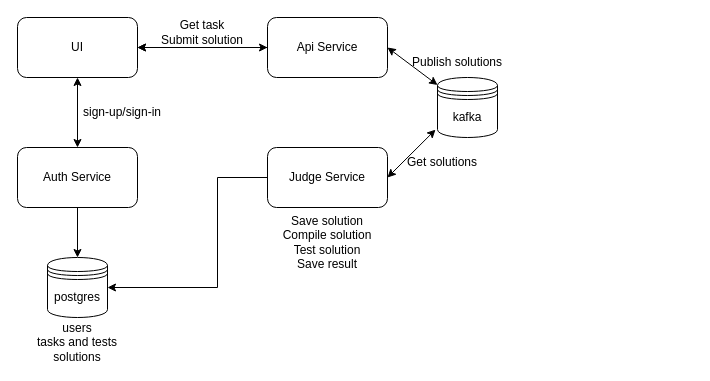
Earlier version of the draw.io diagram docs/hld.drawio (se-brown-2023/automated-testing-applicants-service). Source tidied: cells renumbered, new cells numbered last; positions are measured from the earlier drawing's top-left corner, leaving out a move shared by most shapes. Both pictures are drawn from the tidied source at 100%, with x=0, y=0 at pixel (17, 17).
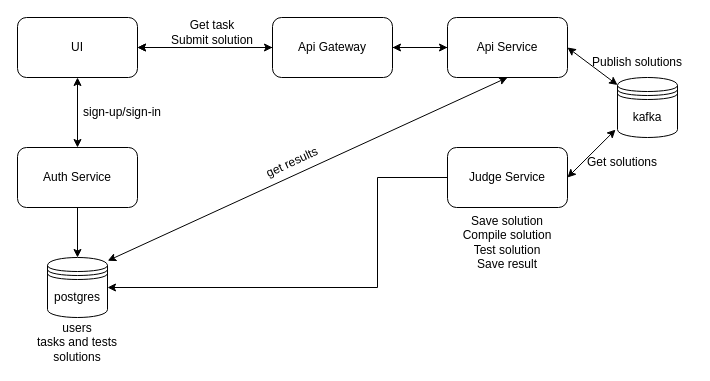
After the change.

Commit message (it also covers changes not shown here):
Update hld schema

The change refers to these unchanged cells:
```xml
<mxCell id="2" value="UI" style="rounded=1;whiteSpace=wrap;html=1;" parent="1" vertex="1">
  <mxGeometry width="120" height="60" as="geometry" />
</mxCell>
<mxCell id="12" value="postgres" style="shape=datastore;whiteSpace=wrap;html=1;" parent="1" vertex="1">
  <mxGeometry x="30" y="240" width="60" height="60" as="geometry" />
</mxCell>
```

Change to the diagram source:
```diff
@@
-    <mxCell id="5" style="edgeStyle=orthogonalEdgeStyle;rounded=0;jettySize=auto;html=1;" parent="1" edge="1" source="6" target="2">
+    <mxCell id="5" style="edgeStyle=orthogonalEdgeStyle;rounded=0;jettySize=auto;html=1;exitX=0;exitY=0.5;exitDx=0;exitDy=0;" parent="1" edge="1" source="25" target="2">
       <mxGeometry relative="1" as="geometry" />
     </mxCell>
+    <mxCell id="21" style="edgeStyle=orthogonalEdgeStyle;rounded=0;jettySize=auto;html=1;entryX=1;entryY=0.5;entryDx=0;entryDy=0;" parent="1" edge="1" source="6" target="25">
+      <mxGeometry relative="1" as="geometry" />
+    </mxCell>
     <mxCell id="6" value="Api Service" style="rounded=1;whiteSpace=wrap;html=1;" parent="1" vertex="1">
-      <mxGeometry x="250" width="120" height="60" as="geometry" />
+      <mxGeometry x="430" width="120" height="60" as="geometry" />
     </mxCell>
     <mxCell id="7" value="kafka" style="shape=datastore;whiteSpace=wrap;html=1;" parent="1" vertex="1">
-      <mxGeometry x="420" y="60" width="60" height="60" as="geometry" />
+      <mxGeometry x="600" y="60" width="60" height="60" as="geometry" />
     </mxCell>
@@
-    <mxCell id="9" style="endArrow=classic;startArrow=classic;html=1;rounded=0;exitX=0;exitY=0.5;exitDx=0;exitDy=0;entryX=1;entryY=0.5;entryDx=0;entryDy=0;" parent="1" edge="1" source="6" target="2">
+    <mxCell id="9" style="endArrow=classic;startArrow=classic;html=1;rounded=0;exitX=0;exitY=0.5;exitDx=0;exitDy=0;entryX=1;entryY=0.5;entryDx=0;entryDy=0;" parent="1" edge="1" source="25" target="2">
       <mxGeometry relative="1" as="geometry" />
     </mxCell>
     <mxCell id="10" style="edgeStyle=orthogonalEdgeStyle;rounded=0;jettySize=auto;html=1;entryX=1;entryY=0.5;entryDx=0;entryDy=0;" parent="1" edge="1" source="11" target="12">
       <mxGeometry relative="1" as="geometry">
         <Array as="points">
-          <mxPoint x="200" y="160" />
-          <mxPoint x="200" y="270" />
+          <mxPoint x="360" y="160" />
+          <mxPoint x="360" y="270" />
         </Array>
       </mxGeometry>
     </mxCell>
     <mxCell id="11" value="Judge Service" style="rounded=1;whiteSpace=wrap;html=1;" parent="1" vertex="1">
-      <mxGeometry x="250" y="130" width="120" height="60" as="geometry" />
+      <mxGeometry x="430" y="130" width="120" height="60" as="geometry" />
     </mxCell>
@@
     <mxCell id="15" value="Get task&lt;br&gt;Submit solution" style="text;html=1;strokeColor=none;fillColor=none;align=center;verticalAlign=middle;whiteSpace=wrap;rounded=0;" parent="1" vertex="1">
-      <mxGeometry x="130" width="110" height="30" as="geometry" />
+      <mxGeometry x="140" width="110" height="30" as="geometry" />
     </mxCell>
     <mxCell id="16" value="Publish solutions" style="text;html=1;strokeColor=none;fillColor=none;align=center;verticalAlign=middle;whiteSpace=wrap;rounded=0;" parent="1" vertex="1">
-      <mxGeometry x="385" y="30" width="110" height="30" as="geometry" />
+      <mxGeometry x="565" y="30" width="110" height="30" as="geometry" />
     </mxCell>
     <mxCell id="17" value="Get solutions" style="text;html=1;strokeColor=none;fillColor=none;align=center;verticalAlign=middle;whiteSpace=wrap;rounded=0;" parent="1" vertex="1">
-      <mxGeometry x="370" y="130" width="110" height="30" as="geometry" />
+      <mxGeometry x="550" y="130" width="110" height="30" as="geometry" />
     </mxCell>
     <mxCell id="18" value="Save solution&lt;br&gt;Compile solution&lt;br&gt;Test solution&lt;br&gt;Save result" style="text;html=1;strokeColor=none;fillColor=none;align=center;verticalAlign=middle;whiteSpace=wrap;rounded=0;" parent="1" vertex="1">
-      <mxGeometry x="255" y="210" width="110" height="30" as="geometry" />
+      <mxGeometry x="435" y="210" width="110" height="30" as="geometry" />
     </mxCell>
@@
+    <mxCell id="22" style="endArrow=classic;startArrow=classic;html=1;rounded=0;exitX=0.5;exitY=1;exitDx=0;exitDy=0;entryX=1.004;entryY=0.054;entryDx=0;entryDy=0;entryPerimeter=0;" parent="1" edge="1" source="6" target="12">
+      <mxGeometry relative="1" as="geometry" />
+    </mxCell>
+    <mxCell id="23" value="get results" style="text;html=1;strokeColor=none;fillColor=none;align=center;verticalAlign=middle;whiteSpace=wrap;rounded=0;rotation=-25;" parent="1" vertex="1">
+      <mxGeometry x="220" y="130" width="110" height="30" as="geometry" />
+    </mxCell>
+    <mxCell id="24" style="edgeStyle=orthogonalEdgeStyle;rounded=0;jettySize=auto;html=1;entryX=0;entryY=0.5;entryDx=0;entryDy=0;" parent="1" edge="1" source="25" target="6">
+      <mxGeometry relative="1" as="geometry" />
+    </mxCell>
+    <mxCell id="25" value="Api Gateway" style="rounded=1;whiteSpace=wrap;html=1;" parent="1" vertex="1">
+      <mxGeometry x="255" width="120" height="60" as="geometry" />
+    </mxCell>
```
